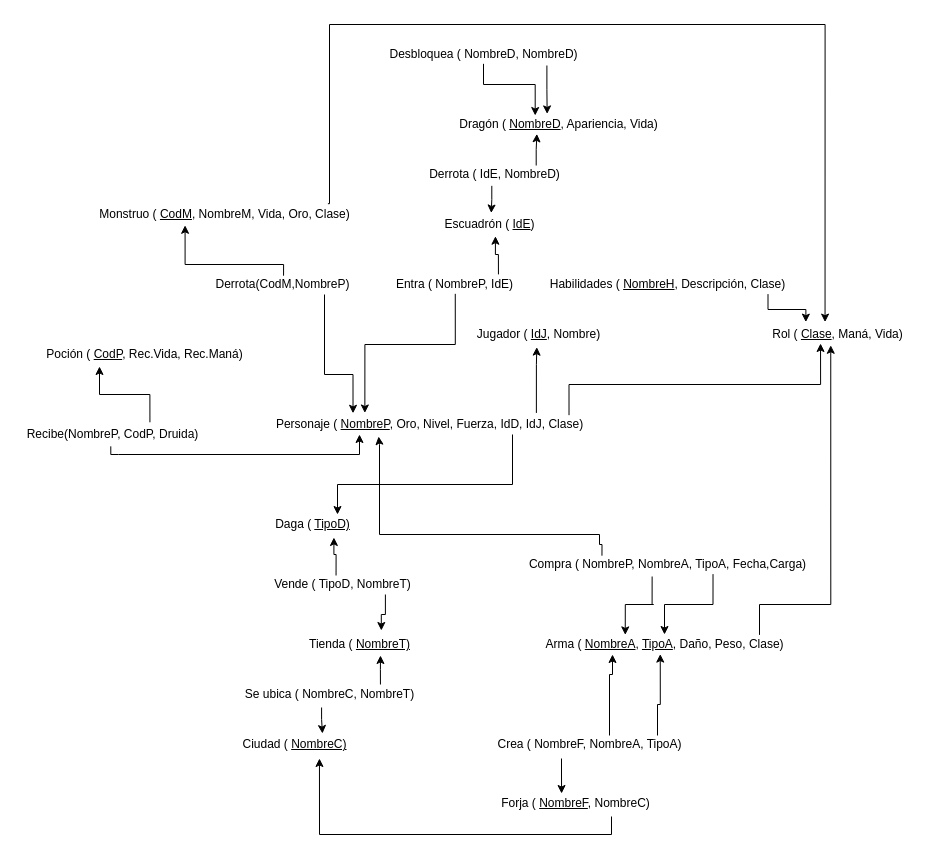
Earlier version of the draw.io diagram 0. Dragones y Cavernas (Final) - Tablas.drawio (theSega/Hito_2_BBDD). Source tidied: cells renumbered, new cells numbered last; positions are measured from the earlier drawing's top-left corner, leaving out a move shared by most shapes. Both pictures are drawn from the tidied source at 100%, with x=0, y=0 at pixel (17, 24).
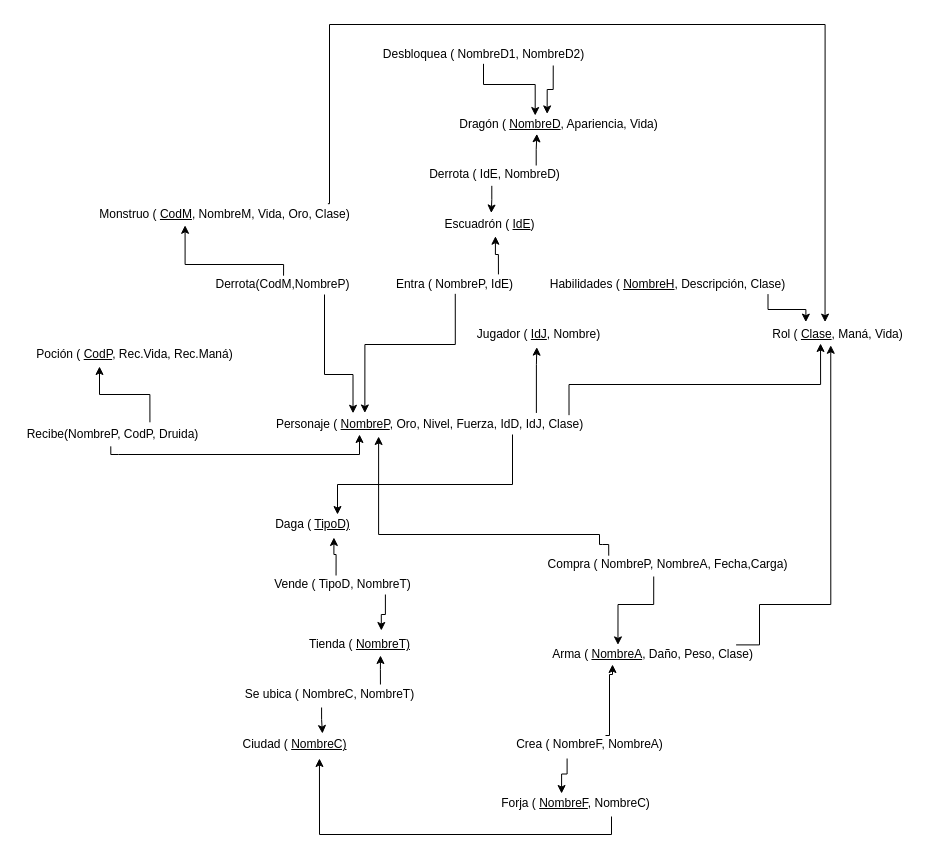
Above is the later version.

The edit, as a diff of the source:
```diff
@@
-    <mxCell id="18" value="Arma ( &lt;u&gt;NombreA&lt;/u&gt;, &lt;u&gt;TipoA&lt;/u&gt;, Daño, Peso, Clase)" style="text;html=1;align=center;verticalAlign=middle;points=[];strokeColor=none;fillColor=none;" parent="1" vertex="1">
-      <mxGeometry x="522" y="610" width="250" height="20" as="geometry" />
+    <mxCell id="18" value="Arma ( &lt;u&gt;NombreA&lt;/u&gt;, Daño, Peso, Clase)" style="text;html=1;align=center;verticalAlign=middle;points=[];strokeColor=none;fillColor=none;" parent="1" vertex="1">
+      <mxGeometry x="525" y="620" width="220" height="20" as="geometry" />
     </mxCell>
-    <mxCell id="19" value="Crea ( NombreF, NombreA, TipoA)" style="text;html=1;align=center;verticalAlign=middle;points=[];strokeColor=none;fillColor=none;" parent="1" vertex="1">
-      <mxGeometry x="472" y="710" width="200" height="20" as="geometry" />
+    <mxCell id="19" value="Crea ( NombreF, NombreA)" style="text;html=1;align=center;verticalAlign=middle;points=[];strokeColor=none;fillColor=none;" parent="1" vertex="1">
+      <mxGeometry x="492" y="710" width="160" height="20" as="geometry" />
     </mxCell>
@@
-    <mxCell id="21" style="endArrow=classic;html=1;rounded=0;edgeStyle=orthogonalEdgeStyle;exitX=0.84;exitY=0.05;exitDx=0;exitDy=0;exitPerimeter=0;entryX=0.483;entryY=0.98;entryDx=0;entryDy=0;entryPerimeter=0;" parent="1" edge="1" source="19" target="18">
-      <mxGeometry relative="1" as="geometry">
-        <Array as="points">
-          <mxPoint x="640" y="680" />
-          <mxPoint x="643" y="680" />
-        </Array>
-      </mxGeometry>
-    </mxCell>
@@
-    <mxCell id="23" value="Compra ( NombreP, NombreA, TipoA, Fecha,Carga)" style="text;html=1;align=center;verticalAlign=middle;points=[];strokeColor=none;fillColor=none;" parent="1" vertex="1">
-      <mxGeometry x="505" y="530" width="290" height="20" as="geometry" />
+    <mxCell id="23" value="Compra ( NombreP, NombreA, Fecha,Carga)" style="text;html=1;align=center;verticalAlign=middle;points=[];strokeColor=none;fillColor=none;" parent="1" vertex="1">
+      <mxGeometry x="520" y="530" width="260" height="20" as="geometry" />
     </mxCell>
@@
     <mxCell id="25" value="Poción ( &lt;u&gt;CodP&lt;/u&gt;, Rec.Vida, Rec.Maná)" style="text;html=1;align=center;verticalAlign=middle;strokeColor=none;fillColor=none;" parent="1" vertex="1">
-      <mxGeometry x="22" y="320" width="210" height="20" as="geometry" />
+      <mxGeometry x="12" y="320" width="210" height="20" as="geometry" />
     </mxCell>
@@
-    <mxCell id="37" value="Desbloquea ( NombreD, NombreD)" style="text;html=1;align=center;verticalAlign=middle;points=[];strokeColor=none;fillColor=none;" parent="1" vertex="1">
-      <mxGeometry x="366" y="20" width="200" height="20" as="geometry" />
+    <mxCell id="37" value="Desbloquea ( NombreD1, NombreD2)" style="text;html=1;align=center;verticalAlign=middle;points=[];strokeColor=none;fillColor=none;" parent="1" vertex="1">
+      <mxGeometry x="356" y="20" width="220" height="20" as="geometry" />
     </mxCell>
@@
-    <mxCell id="44" style="endArrow=classic;html=1;rounded=0;edgeStyle=orthogonalEdgeStyle;exitX=0.657;exitY=0.98;exitDx=0;exitDy=0;exitPerimeter=0;" parent="1" edge="1" source="23">
-      <mxGeometry relative="1" as="geometry">
-        <mxPoint x="647" y="610" as="targetPoint" />
-        <Array as="points">
-          <mxPoint x="696" y="580" />
-          <mxPoint x="647" y="580" />
-        </Array>
-      </mxGeometry>
-    </mxCell>
```
